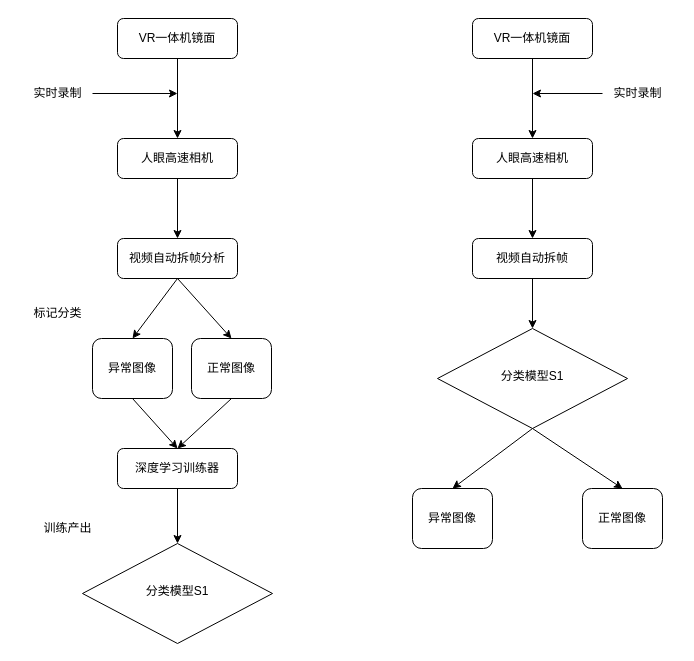
Earlier version of the draw.io diagram 未命名绘图.drawio (WillingSasi/drawioRes). Source tidied: cells renumbered, new cells numbered last; positions are measured from the earlier drawing's top-left corner, leaving out a move shared by most shapes. Both pictures are drawn from the tidied source at 100%, with x=0, y=0 at pixel (22, 18).
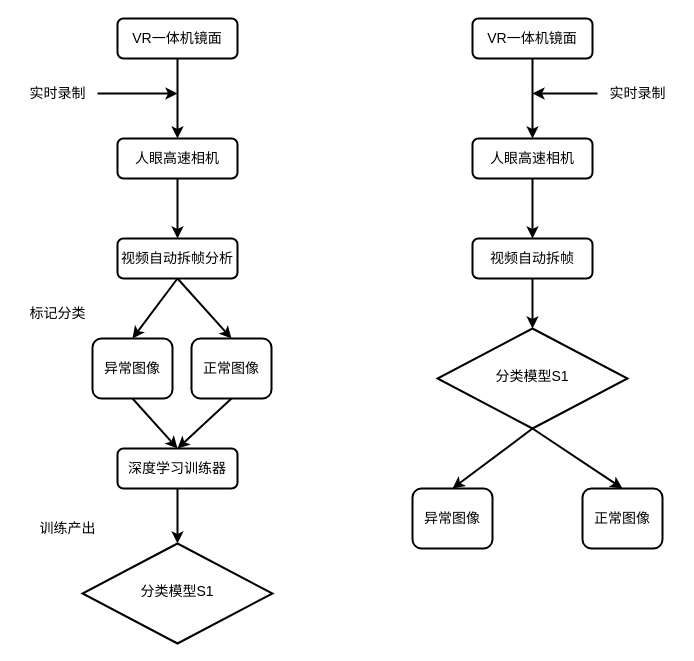
Above is the later version.

Commit message (it also covers changes not shown here):
更新未命名绘图.drawio

Change to the diagram source:
```diff
@@
-    <mxCell id="2" style="edgeStyle=orthogonalEdgeStyle;rounded=0;jettySize=auto;html=1;" parent="1" edge="1" source="3" target="19">
+    <mxCell id="2" style="edgeStyle=orthogonalEdgeStyle;rounded=0;jettySize=auto;html=1;strokeWidth=2;fontSize=14;" parent="1" edge="1" source="3" target="19">
       <mxGeometry relative="1" as="geometry" />
     </mxCell>
-    <mxCell id="3" value="人眼高速相机" style="rounded=1;whiteSpace=wrap;html=1;fontSize=12;glass=0;strokeWidth=1;shadow=0;" parent="1" vertex="1">
+    <mxCell id="3" value="人眼高速相机" style="rounded=1;whiteSpace=wrap;html=1;fontSize=14;glass=0;strokeWidth=2;shadow=0;" parent="1" vertex="1">
       <mxGeometry x="95" y="120" width="120" height="40" as="geometry" />
     </mxCell>
-    <mxCell id="4" style="edgeStyle=orthogonalEdgeStyle;rounded=0;jettySize=auto;html=1;" parent="1" edge="1" source="5" target="8">
+    <mxCell id="4" style="edgeStyle=orthogonalEdgeStyle;rounded=0;jettySize=auto;html=1;strokeWidth=2;fontSize=14;" parent="1" edge="1" source="5" target="8">
       <mxGeometry relative="1" as="geometry" />
     </mxCell>
-    <mxCell id="5" value="深度学习训练器" style="rounded=1;whiteSpace=wrap;html=1;fontSize=12;glass=0;strokeWidth=1;shadow=0;" parent="1" vertex="1">
+    <mxCell id="5" value="深度学习训练器" style="rounded=1;whiteSpace=wrap;html=1;fontSize=14;glass=0;strokeWidth=2;shadow=0;" parent="1" vertex="1">
       <mxGeometry x="95" y="430" width="120" height="40" as="geometry" />
     </mxCell>
-    <mxCell id="6" style="edgeStyle=orthogonalEdgeStyle;rounded=0;jettySize=auto;html=1;" parent="1" edge="1" source="7" target="3">
+    <mxCell id="6" style="edgeStyle=orthogonalEdgeStyle;rounded=0;jettySize=auto;html=1;strokeWidth=2;fontSize=14;" parent="1" edge="1" source="7" target="3">
       <mxGeometry relative="1" as="geometry" />
     </mxCell>
-    <mxCell id="7" value="VR一体机镜面" style="rounded=1;whiteSpace=wrap;html=1;fontSize=12;glass=0;strokeWidth=1;shadow=0;" parent="1" vertex="1">
+    <mxCell id="7" value="VR一体机镜面" style="rounded=1;whiteSpace=wrap;html=1;fontSize=14;glass=0;strokeWidth=2;shadow=0;" parent="1" vertex="1">
       <mxGeometry x="95" width="120" height="40" as="geometry" />
     </mxCell>
-    <mxCell id="8" value="分类模型S1" style="rhombus;whiteSpace=wrap;html=1;shadow=0;fontFamily=Helvetica;fontSize=12;align=center;strokeWidth=1;spacing=6;spacingTop=-4;" parent="1" vertex="1">
+    <mxCell id="8" value="分类模型S1" style="rhombus;whiteSpace=wrap;html=1;shadow=0;fontFamily=Helvetica;fontSize=14;align=center;strokeWidth=2;spacing=6;spacingTop=-4;" parent="1" vertex="1">
       <mxGeometry x="60" y="525" width="190" height="100" as="geometry" />
     </mxCell>
-    <mxCell id="9" style="edgeStyle=orthogonalEdgeStyle;rounded=0;jettySize=auto;html=1;" parent="1" edge="1" source="10">
+    <mxCell id="9" style="edgeStyle=orthogonalEdgeStyle;rounded=0;jettySize=auto;html=1;strokeWidth=2;fontSize=14;" parent="1" edge="1" source="10">
       <mxGeometry relative="1" as="geometry">
         <mxPoint x="155" y="75" as="targetPoint" />
       </mxGeometry>
     </mxCell>
-    <mxCell id="10" value="实时录制" style="text;html=1;align=center;verticalAlign=middle;points=[];strokeColor=none;fillColor=none;" parent="1" vertex="1">
-      <mxGeometry y="60" width="70" height="30" as="geometry" />
+    <mxCell id="10" value="实时录制" style="text;html=1;align=center;verticalAlign=middle;points=[];strokeColor=none;fillColor=none;strokeWidth=2;fontSize=14;" parent="1" vertex="1">
+      <mxGeometry x="-5" y="60" width="80" height="30" as="geometry" />
     </mxCell>
-    <mxCell id="11" style="edgeStyle=orthogonalEdgeStyle;rounded=0;jettySize=auto;html=1;" parent="1" edge="1" source="12" target="24">
+    <mxCell id="11" style="edgeStyle=orthogonalEdgeStyle;rounded=0;jettySize=auto;html=1;strokeWidth=2;fontSize=14;" parent="1" edge="1" source="12" target="24">
       <mxGeometry relative="1" as="geometry" />
     </mxCell>
-    <mxCell id="12" value="人眼高速相机" style="rounded=1;whiteSpace=wrap;html=1;fontSize=12;glass=0;strokeWidth=1;shadow=0;" parent="1" vertex="1">
+    <mxCell id="12" value="人眼高速相机" style="rounded=1;whiteSpace=wrap;html=1;fontSize=14;glass=0;strokeWidth=2;shadow=0;" parent="1" vertex="1">
       <mxGeometry x="450" y="120" width="120" height="40" as="geometry" />
     </mxCell>
-    <mxCell id="13" style="edgeStyle=orthogonalEdgeStyle;rounded=0;jettySize=auto;html=1;" parent="1" edge="1" source="14" target="12">
+    <mxCell id="13" style="edgeStyle=orthogonalEdgeStyle;rounded=0;jettySize=auto;html=1;strokeWidth=2;fontSize=14;" parent="1" edge="1" source="14" target="12">
       <mxGeometry relative="1" as="geometry" />
     </mxCell>
-    <mxCell id="14" value="VR一体机镜面" style="rounded=1;whiteSpace=wrap;html=1;fontSize=12;glass=0;strokeWidth=1;shadow=0;" parent="1" vertex="1">
+    <mxCell id="14" value="VR一体机镜面" style="rounded=1;whiteSpace=wrap;html=1;fontSize=14;glass=0;strokeWidth=2;shadow=0;" parent="1" vertex="1">
       <mxGeometry x="450" width="120" height="40" as="geometry" />
     </mxCell>
-    <mxCell id="15" style="edgeStyle=orthogonalEdgeStyle;rounded=0;jettySize=auto;html=1;" parent="1" edge="1" source="16">
+    <mxCell id="15" style="edgeStyle=orthogonalEdgeStyle;rounded=0;jettySize=auto;html=1;strokeWidth=2;fontSize=14;" parent="1" edge="1" source="16">
       <mxGeometry relative="1" as="geometry">
         <mxPoint x="510" y="75" as="targetPoint" />
       </mxGeometry>
     </mxCell>
-    <mxCell id="16" value="实时录制" style="text;html=1;align=center;verticalAlign=middle;points=[];strokeColor=none;fillColor=none;" parent="1" vertex="1">
-      <mxGeometry x="580" y="60" width="70" height="30" as="geometry" />
+    <mxCell id="16" value="实时录制" style="text;html=1;align=center;verticalAlign=middle;points=[];strokeColor=none;fillColor=none;strokeWidth=2;fontSize=14;" parent="1" vertex="1">
+      <mxGeometry x="575" y="60" width="80" height="30" as="geometry" />
     </mxCell>
-    <mxCell id="17" value="异常图像" style="rounded=1;whiteSpace=wrap;html=1;fontSize=12;glass=0;strokeWidth=1;shadow=0;" parent="1" vertex="1">
+    <mxCell id="17" value="异常图像" style="rounded=1;whiteSpace=wrap;html=1;fontSize=14;glass=0;strokeWidth=2;shadow=0;" parent="1" vertex="1">
       <mxGeometry x="390" y="470" width="80" height="60" as="geometry" />
     </mxCell>
-    <mxCell id="18" value="正常图像" style="rounded=1;whiteSpace=wrap;html=1;fontSize=12;glass=0;strokeWidth=1;shadow=0;" parent="1" vertex="1">
+    <mxCell id="18" value="正常图像" style="rounded=1;whiteSpace=wrap;html=1;fontSize=14;glass=0;strokeWidth=2;shadow=0;" parent="1" vertex="1">
       <mxGeometry x="560" y="470" width="80" height="60" as="geometry" />
     </mxCell>
-    <mxCell id="19" value="视频自动拆帧分析" style="rounded=1;whiteSpace=wrap;html=1;fontSize=12;glass=0;strokeWidth=1;shadow=0;" parent="1" vertex="1">
+    <mxCell id="19" value="视频自动拆帧分析" style="rounded=1;whiteSpace=wrap;html=1;fontSize=14;glass=0;strokeWidth=2;shadow=0;" parent="1" vertex="1">
       <mxGeometry x="95" y="220" width="120" height="40" as="geometry" />
     </mxCell>
-    <mxCell id="20" value="异常图像" style="rounded=1;whiteSpace=wrap;html=1;fontSize=12;glass=0;strokeWidth=1;shadow=0;" parent="1" vertex="1">
+    <mxCell id="20" value="异常图像" style="rounded=1;whiteSpace=wrap;html=1;fontSize=14;glass=0;strokeWidth=2;shadow=0;" parent="1" vertex="1">
       <mxGeometry x="70" y="320" width="80" height="60" as="geometry" />
     </mxCell>
-    <mxCell id="21" value="正常图像" style="rounded=1;whiteSpace=wrap;html=1;fontSize=12;glass=0;strokeWidth=1;shadow=0;" parent="1" vertex="1">
+    <mxCell id="21" value="正常图像" style="rounded=1;whiteSpace=wrap;html=1;fontSize=14;glass=0;strokeWidth=2;shadow=0;" parent="1" vertex="1">
       <mxGeometry x="169" y="320" width="80" height="60" as="geometry" />
     </mxCell>
-    <mxCell id="22" value="分类模型S1" style="rhombus;whiteSpace=wrap;html=1;shadow=0;fontFamily=Helvetica;fontSize=12;align=center;strokeWidth=1;spacing=6;spacingTop=-4;" parent="1" vertex="1">
+    <mxCell id="22" value="分类模型S1" style="rhombus;whiteSpace=wrap;html=1;shadow=0;fontFamily=Helvetica;fontSize=14;align=center;strokeWidth=2;spacing=6;spacingTop=-4;" parent="1" vertex="1">
       <mxGeometry x="415" y="310" width="190" height="100" as="geometry" />
     </mxCell>
-    <mxCell id="23" style="edgeStyle=orthogonalEdgeStyle;rounded=0;jettySize=auto;html=1;" parent="1" edge="1" source="24" target="22">
+    <mxCell id="23" style="edgeStyle=orthogonalEdgeStyle;rounded=0;jettySize=auto;html=1;strokeWidth=2;fontSize=14;" parent="1" edge="1" source="24" target="22">
       <mxGeometry relative="1" as="geometry" />
     </mxCell>
-    <mxCell id="24" value="视频自动拆帧" style="rounded=1;whiteSpace=wrap;html=1;fontSize=12;glass=0;strokeWidth=1;shadow=0;" parent="1" vertex="1">
+    <mxCell id="24" value="视频自动拆帧" style="rounded=1;whiteSpace=wrap;html=1;fontSize=14;glass=0;strokeWidth=2;shadow=0;" parent="1" vertex="1">
       <mxGeometry x="450" y="220" width="120" height="40" as="geometry" />
     </mxCell>
-    <mxCell id="25" style="endArrow=classic;html=1;rounded=0;exitX=0.5;exitY=1;exitDx=0;exitDy=0;entryX=0.5;entryY=0;entryDx=0;entryDy=0;" parent="1" edge="1" source="19" target="21">
+    <mxCell id="25" style="endArrow=classic;html=1;rounded=0;exitX=0.5;exitY=1;exitDx=0;exitDy=0;entryX=0.5;entryY=0;entryDx=0;entryDy=0;strokeWidth=2;fontSize=14;" parent="1" edge="1" source="19" target="21">
       <mxGeometry relative="1" as="geometry" />
     </mxCell>
-    <mxCell id="26" style="endArrow=classic;html=1;rounded=0;exitX=0.5;exitY=1;exitDx=0;exitDy=0;entryX=0.5;entryY=0;entryDx=0;entryDy=0;" parent="1" edge="1" source="19" target="20">
+    <mxCell id="26" style="endArrow=classic;html=1;rounded=0;exitX=0.5;exitY=1;exitDx=0;exitDy=0;entryX=0.5;entryY=0;entryDx=0;entryDy=0;strokeWidth=2;fontSize=14;" parent="1" edge="1" source="19" target="20">
       <mxGeometry relative="1" as="geometry" />
     </mxCell>
-    <mxCell id="27" style="endArrow=classic;html=1;rounded=0;exitX=0.5;exitY=1;exitDx=0;exitDy=0;entryX=0.5;entryY=0;entryDx=0;entryDy=0;" parent="1" edge="1" source="20" target="5">
+    <mxCell id="27" style="endArrow=classic;html=1;rounded=0;exitX=0.5;exitY=1;exitDx=0;exitDy=0;entryX=0.5;entryY=0;entryDx=0;entryDy=0;strokeWidth=2;fontSize=14;" parent="1" edge="1" source="20" target="5">
       <mxGeometry relative="1" as="geometry" />
     </mxCell>
-    <mxCell id="28" style="endArrow=classic;html=1;rounded=0;exitX=0.5;exitY=1;exitDx=0;exitDy=0;entryX=0.5;entryY=0;entryDx=0;entryDy=0;" parent="1" edge="1" source="21" target="5">
+    <mxCell id="28" style="endArrow=classic;html=1;rounded=0;exitX=0.5;exitY=1;exitDx=0;exitDy=0;entryX=0.5;entryY=0;entryDx=0;entryDy=0;strokeWidth=2;fontSize=14;" parent="1" edge="1" source="21" target="5">
       <mxGeometry relative="1" as="geometry" />
     </mxCell>
-    <mxCell id="29" value="标记分类" style="text;html=1;align=center;verticalAlign=middle;strokeColor=none;fillColor=none;" parent="1" vertex="1">
-      <mxGeometry y="280" width="70" height="30" as="geometry" />
+    <mxCell id="29" value="标记分类" style="text;html=1;align=center;verticalAlign=middle;strokeColor=none;fillColor=none;strokeWidth=2;fontSize=14;" parent="1" vertex="1">
+      <mxGeometry x="-5" y="280" width="80" height="30" as="geometry" />
     </mxCell>
-    <mxCell id="30" value="训练产出" style="text;html=1;align=center;verticalAlign=middle;strokeColor=none;fillColor=none;" parent="1" vertex="1">
-      <mxGeometry x="10" y="495" width="70" height="30" as="geometry" />
+    <mxCell id="30" value="训练产出" style="text;html=1;align=center;verticalAlign=middle;strokeColor=none;fillColor=none;strokeWidth=2;fontSize=14;" parent="1" vertex="1">
+      <mxGeometry x="5" y="495" width="80" height="30" as="geometry" />
     </mxCell>
-    <mxCell id="31" style="endArrow=classic;html=1;rounded=0;exitX=0.5;exitY=1;exitDx=0;exitDy=0;entryX=0.5;entryY=0;entryDx=0;entryDy=0;" parent="1" edge="1" source="22" target="17">
+    <mxCell id="31" style="endArrow=classic;html=1;rounded=0;exitX=0.5;exitY=1;exitDx=0;exitDy=0;entryX=0.5;entryY=0;entryDx=0;entryDy=0;strokeWidth=2;fontSize=14;" parent="1" edge="1" source="22" target="17">
       <mxGeometry relative="1" as="geometry" />
     </mxCell>
-    <mxCell id="32" style="endArrow=classic;html=1;rounded=0;exitX=0.5;exitY=1;exitDx=0;exitDy=0;entryX=0.5;entryY=0;entryDx=0;entryDy=0;" parent="1" edge="1" source="22" target="18">
+    <mxCell id="32" style="endArrow=classic;html=1;rounded=0;exitX=0.5;exitY=1;exitDx=0;exitDy=0;entryX=0.5;entryY=0;entryDx=0;entryDy=0;strokeWidth=2;fontSize=14;" parent="1" edge="1" source="22" target="18">
       <mxGeometry relative="1" as="geometry" />
     </mxCell>
```
